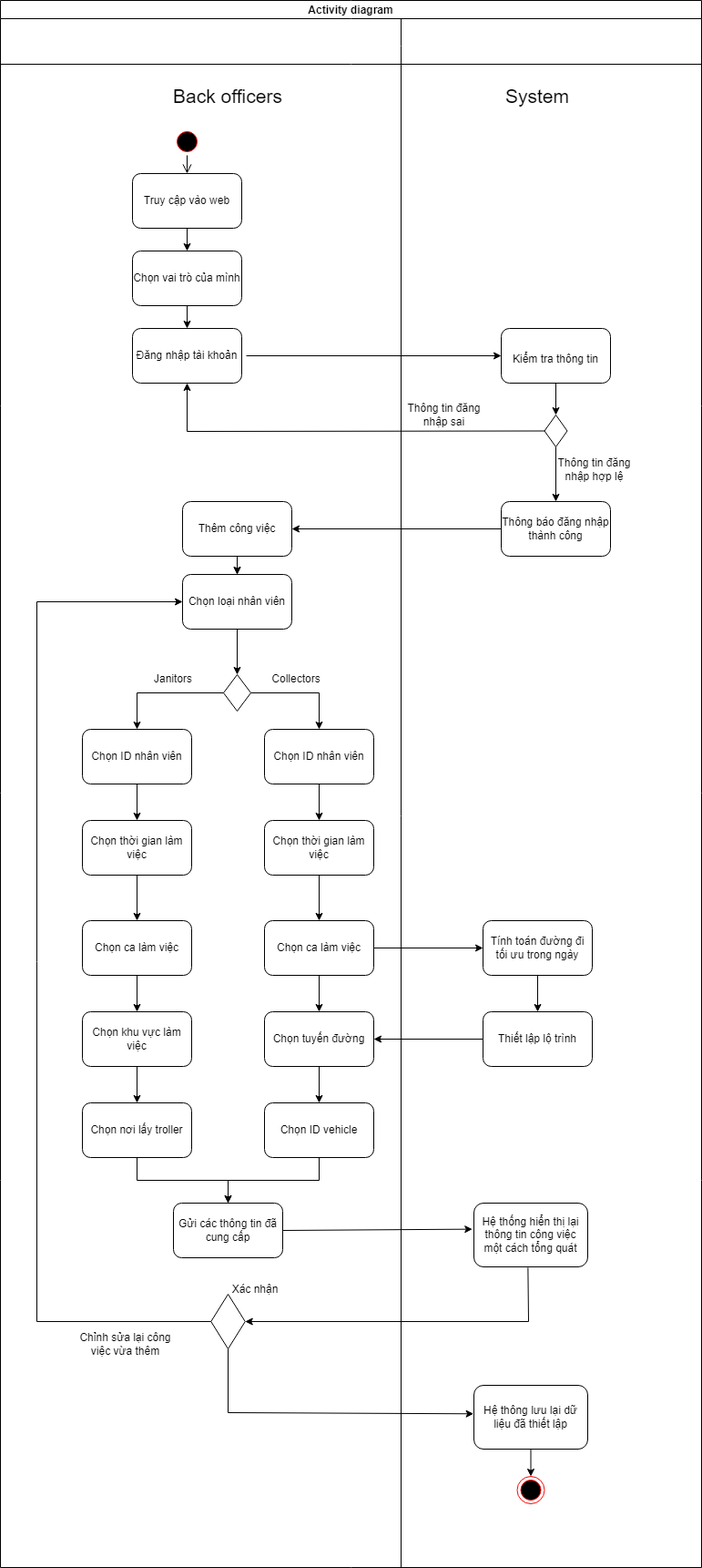
Above: System Modeling/Activity diagram for Back officers.drawio.png in diyuenji/SE_assignment (draw.io), before the change. Source tidied: cells renumbered, new cells last; positions are measured from the earlier drawing's top-left corner, leaving out a move shared by most shapes.
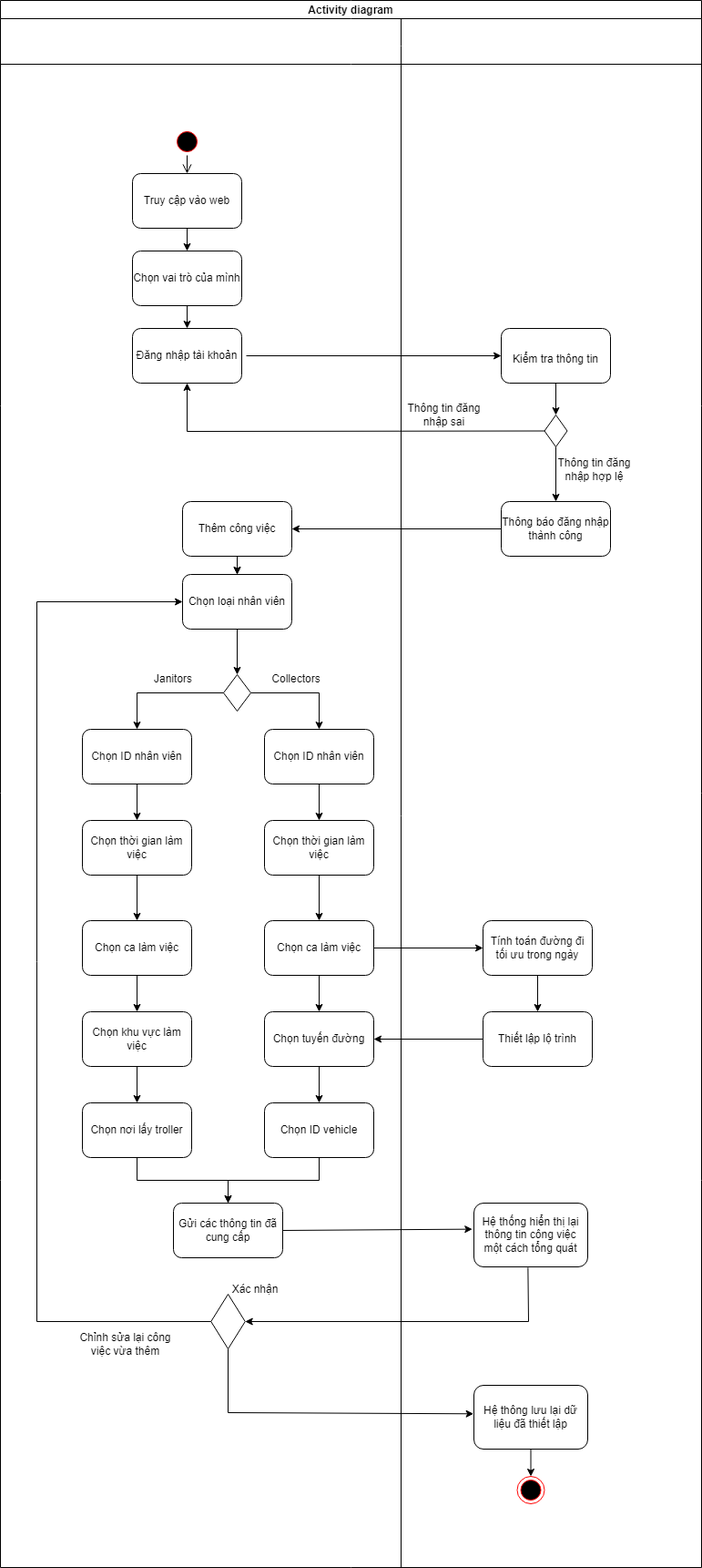
After the change.

Diff of the diagram source:
```diff
@@ -44,9 +44,6 @@
     <mxCell id="15" value="&lt;font style=&quot;font-size: 12px;&quot;&gt;Kiểm tra thông tin&lt;/font&gt;" style="rounded=1;whiteSpace=wrap;html=1;fontSize=21;fillColor=#FFFFFF;" parent="1" vertex="1">
       <mxGeometry x="550" y="360" width="120" height="60" as="geometry" />
     </mxCell>
-    <mxCell id="16" value="&lt;font style=&quot;font-size: 21px;&quot;&gt;&lt;font style=&quot;font-size: 21px;&quot;&gt;Back officers&lt;/font&gt;&lt;/font&gt;" style="text;html=1;strokeColor=none;fillColor=none;align=center;verticalAlign=middle;whiteSpace=wrap;rounded=0;fontSize=21;" parent="1" vertex="1">
-      <mxGeometry x="145" y="90" width="210" height="30" as="geometry" />
-    </mxCell>
     <mxCell id="17" style="ellipse;html=1;shape=startState;fillColor=#000000;strokeColor=#ff0000;fontSize=21;" parent="1" vertex="1">
       <mxGeometry x="190" y="140" width="30" height="30" as="geometry" />
     </mxCell>
@@ -61,9 +58,6 @@
     <mxCell id="20" value="Truy cập vào web" style="rounded=1;whiteSpace=wrap;html=1;fillColor=#FFFFFF;" parent="1" vertex="1">
       <mxGeometry x="145" y="190" width="120" height="60" as="geometry" />
     </mxCell>
-    <mxCell id="21" value="System" style="text;html=1;strokeColor=none;fillColor=none;align=center;verticalAlign=middle;whiteSpace=wrap;rounded=0;fontSize=21;" parent="1" vertex="1">
-      <mxGeometry x="470" y="50" width="240" height="110" as="geometry" />
-    </mxCell>
     <mxCell id="22" value="Thông báo đăng nhập thành công" style="rounded=1;whiteSpace=wrap;html=1;fontSize=12;fillColor=#FFFFFF;" parent="1" vertex="1">
       <mxGeometry x="550" y="550" width="120" height="60" as="geometry" />
     </mxCell>
```
